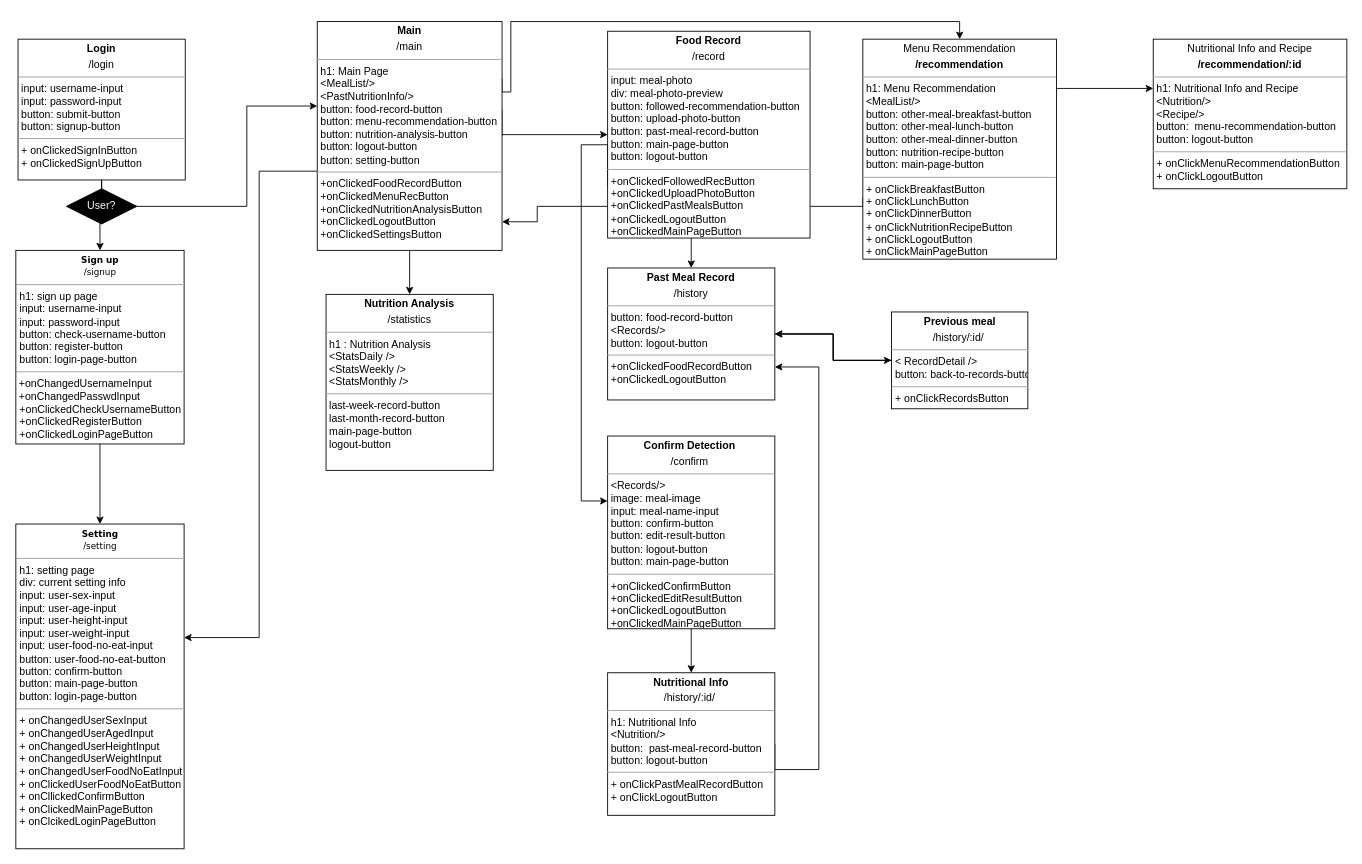
swsnu/swpp2021-team5 keeps this draw.io diagram as Untitled Diagram.drawio. Above is the earlier version. Source tidied: cells renumbered, new cells numbered last; positions are measured from the earlier drawing's top-left corner, leaving out a move shared by most shapes. Both pictures are drawn from the tidied source at 88%, with x=0, y=0 at pixel (16, 21).
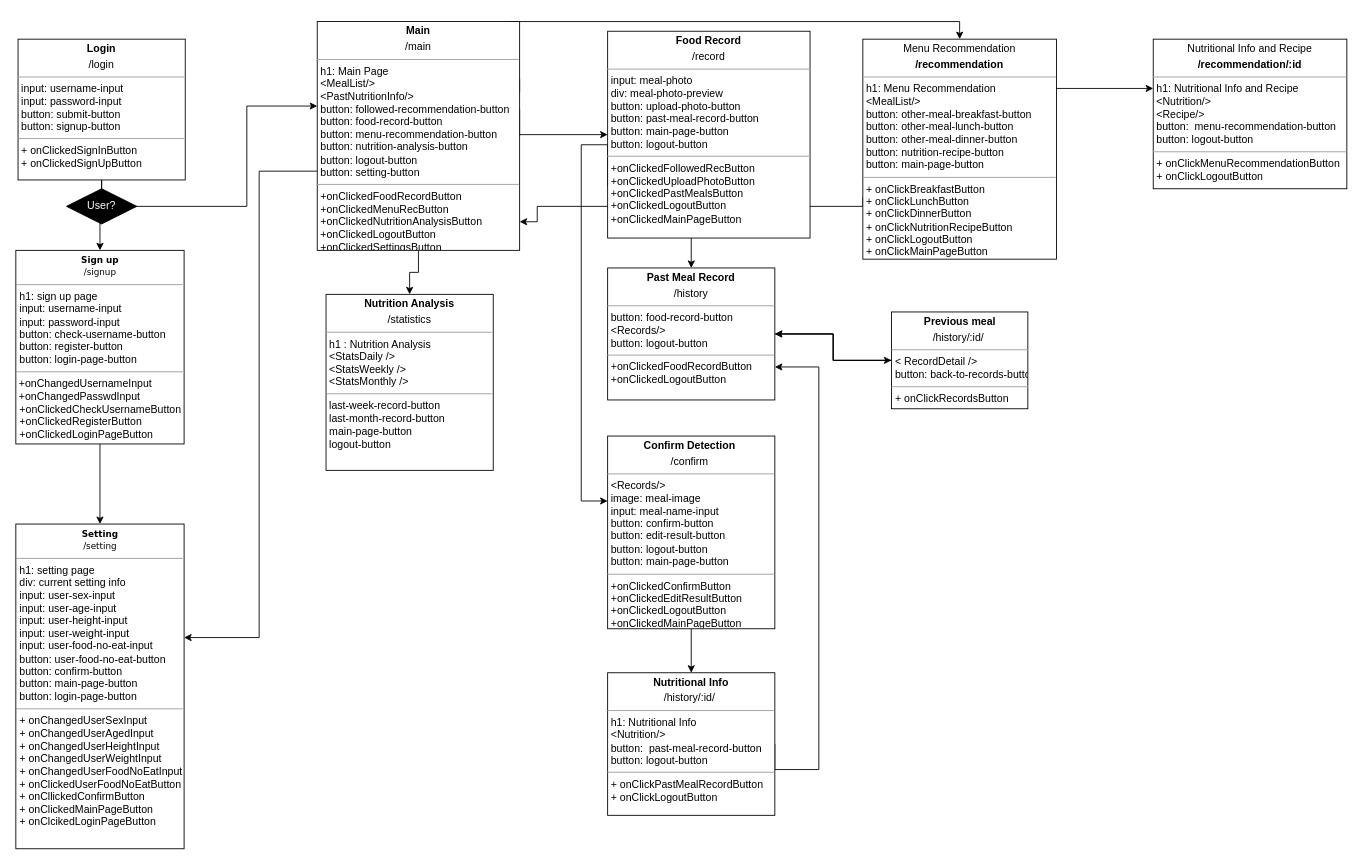
The same page after the edit.

What changed in the source:
```diff
@@
-    <mxCell id="9" value="&lt;p style=&quot;margin: 0px ; margin-top: 4px ; text-align: center&quot;&gt;&lt;b&gt;Main&lt;/b&gt;&lt;/p&gt;&lt;p style=&quot;margin: 0px ; margin-top: 4px ; text-align: center&quot;&gt;/main&lt;/p&gt;&lt;hr size=&quot;1&quot;&gt;&lt;p style=&quot;margin: 0px ; margin-left: 4px&quot;&gt;h1: Main Page&lt;/p&gt;&lt;p style=&quot;margin: 0px ; margin-left: 4px&quot;&gt;&amp;lt;MealList/&amp;gt;&lt;/p&gt;&lt;p style=&quot;margin: 0px ; margin-left: 4px&quot;&gt;&amp;lt;PastNutritionInfo/&amp;gt;&lt;/p&gt;&lt;p style=&quot;margin: 0px ; margin-left: 4px&quot;&gt;&lt;span&gt;button: food-record-button&lt;/span&gt;&lt;br&gt;&lt;/p&gt;&lt;p style=&quot;margin: 0px 0px 0px 4px&quot;&gt;button: menu-recommendation-button&lt;/p&gt;&lt;p style=&quot;margin: 0px 0px 0px 4px&quot;&gt;button: nutrition-analysis-button&lt;/p&gt;&lt;p style=&quot;margin: 0px 0px 0px 4px&quot;&gt;button: logout-button&lt;/p&gt;&lt;p style=&quot;margin: 0px 0px 0px 4px&quot;&gt;button: setting-button&lt;/p&gt;&lt;hr size=&quot;1&quot;&gt;&lt;p style=&quot;margin: 0px ; margin-left: 4px&quot;&gt;+onClickedFoodRecordButton&lt;/p&gt;&lt;p style=&quot;margin: 0px ; margin-left: 4px&quot;&gt;+onClickedMenuRecButton&lt;/p&gt;&lt;p style=&quot;margin: 0px ; margin-left: 4px&quot;&gt;+onClickedNutritionAnalysisButton&lt;/p&gt;&lt;p style=&quot;margin: 0px ; margin-left: 4px&quot;&gt;+onClickedLogoutButton&lt;/p&gt;&lt;p style=&quot;margin: 0px ; margin-left: 4px&quot;&gt;+onClickedSettingsButton&lt;/p&gt;" style="verticalAlign=top;align=left;overflow=fill;fontSize=12;fontFamily=Helvetica;html=1;rounded=0;shadow=0;comic=0;labelBackgroundColor=none;strokeWidth=1;" parent="1" vertex="1">
-      <mxGeometry x="342" width="210" height="260" as="geometry" />
+    <mxCell id="9" value="&lt;p style=&quot;margin: 0px ; margin-top: 4px ; text-align: center&quot;&gt;&lt;b&gt;Main&lt;/b&gt;&lt;/p&gt;&lt;p style=&quot;margin: 0px ; margin-top: 4px ; text-align: center&quot;&gt;/main&lt;/p&gt;&lt;hr size=&quot;1&quot;&gt;&lt;p style=&quot;margin: 0px ; margin-left: 4px&quot;&gt;h1: Main Page&lt;/p&gt;&lt;p style=&quot;margin: 0px ; margin-left: 4px&quot;&gt;&amp;lt;MealList/&amp;gt;&lt;/p&gt;&lt;p style=&quot;margin: 0px ; margin-left: 4px&quot;&gt;&amp;lt;PastNutritionInfo/&amp;gt;&lt;/p&gt;&lt;p style=&quot;margin: 0px 0px 0px 4px&quot;&gt;button: followed-recommendation-button&lt;/p&gt;&lt;p style=&quot;margin: 0px ; margin-left: 4px&quot;&gt;&lt;span&gt;button: food-record-button&lt;/span&gt;&lt;br&gt;&lt;/p&gt;&lt;p style=&quot;margin: 0px 0px 0px 4px&quot;&gt;button: menu-recommendation-button&lt;/p&gt;&lt;p style=&quot;margin: 0px 0px 0px 4px&quot;&gt;button: nutrition-analysis-button&lt;/p&gt;&lt;p style=&quot;margin: 0px 0px 0px 4px&quot;&gt;button: logout-button&lt;/p&gt;&lt;p style=&quot;margin: 0px 0px 0px 4px&quot;&gt;button: setting-button&lt;/p&gt;&lt;hr size=&quot;1&quot;&gt;&lt;p style=&quot;margin: 0px ; margin-left: 4px&quot;&gt;+onClickedFoodRecordButton&lt;/p&gt;&lt;p style=&quot;margin: 0px ; margin-left: 4px&quot;&gt;+onClickedMenuRecButton&lt;/p&gt;&lt;p style=&quot;margin: 0px ; margin-left: 4px&quot;&gt;+onClickedNutritionAnalysisButton&lt;/p&gt;&lt;p style=&quot;margin: 0px ; margin-left: 4px&quot;&gt;+onClickedLogoutButton&lt;/p&gt;&lt;p style=&quot;margin: 0px ; margin-left: 4px&quot;&gt;+onClickedSettingsButton&lt;/p&gt;" style="verticalAlign=top;align=left;overflow=fill;fontSize=12;fontFamily=Helvetica;html=1;rounded=0;shadow=0;comic=0;labelBackgroundColor=none;strokeWidth=1;" parent="1" vertex="1">
+      <mxGeometry x="342" width="230" height="260" as="geometry" />
     </mxCell>
@@
-    <mxCell id="15" value="&lt;p style=&quot;margin: 0px ; margin-top: 4px ; text-align: center&quot;&gt;&lt;b&gt;Food Record&lt;/b&gt;&lt;/p&gt;&lt;p style=&quot;margin: 0px ; margin-top: 4px ; text-align: center&quot;&gt;/record&lt;/p&gt;&lt;hr size=&quot;1&quot;&gt;&lt;p style=&quot;margin: 0px ; margin-left: 4px&quot;&gt;&lt;span&gt;input: meal-photo&lt;/span&gt;&lt;/p&gt;&lt;p style=&quot;margin: 0px ; margin-left: 4px&quot;&gt;&lt;span&gt;div: meal-photo-preview&lt;/span&gt;&lt;/p&gt;&lt;p style=&quot;margin: 0px ; margin-left: 4px&quot;&gt;&lt;span&gt;button: followed-recommendation-button&lt;/span&gt;&lt;/p&gt;&lt;p style=&quot;margin: 0px ; margin-left: 4px&quot;&gt;&lt;span&gt;button: upload-photo-button&lt;/span&gt;&lt;br&gt;&lt;/p&gt;&lt;p style=&quot;margin: 0px 0px 0px 4px&quot;&gt;button: past-meal-record-button&lt;/p&gt;&lt;p style=&quot;margin: 0px 0px 0px 4px&quot;&gt;button: main-page-button&lt;/p&gt;&lt;p style=&quot;margin: 0px 0px 0px 4px&quot;&gt;button: logout-button&lt;/p&gt;&lt;hr size=&quot;1&quot;&gt;&lt;p style=&quot;margin: 0px ; margin-left: 4px&quot;&gt;+onClickedFollowedRecButton&lt;/p&gt;&lt;p style=&quot;margin: 0px ; margin-left: 4px&quot;&gt;+onClickedUploadPhotoButton&lt;/p&gt;&lt;p style=&quot;margin: 0px ; margin-left: 4px&quot;&gt;+onClickedPastMealsButton&lt;/p&gt;&lt;p style=&quot;margin: 0px ; margin-left: 4px&quot;&gt;+onClickedLogoutButton&lt;/p&gt;&lt;p style=&quot;margin: 0px ; margin-left: 4px&quot;&gt;+onClickedMainPageButton&lt;/p&gt;" style="verticalAlign=top;align=left;overflow=fill;fontSize=12;fontFamily=Helvetica;html=1;rounded=0;shadow=0;comic=0;labelBackgroundColor=none;strokeWidth=1;" parent="1" vertex="1">
+    <mxCell id="15" value="&lt;p style=&quot;margin: 0px ; margin-top: 4px ; text-align: center&quot;&gt;&lt;b&gt;Food Record&lt;/b&gt;&lt;/p&gt;&lt;p style=&quot;margin: 0px ; margin-top: 4px ; text-align: center&quot;&gt;/record&lt;/p&gt;&lt;hr size=&quot;1&quot;&gt;&lt;p style=&quot;margin: 0px ; margin-left: 4px&quot;&gt;&lt;span&gt;input: meal-photo&lt;/span&gt;&lt;/p&gt;&lt;p style=&quot;margin: 0px ; margin-left: 4px&quot;&gt;&lt;span&gt;div: meal-photo-preview&lt;/span&gt;&lt;/p&gt;&lt;p style=&quot;margin: 0px ; margin-left: 4px&quot;&gt;&lt;span&gt;button: upload-photo-button&lt;/span&gt;&lt;br&gt;&lt;/p&gt;&lt;p style=&quot;margin: 0px 0px 0px 4px&quot;&gt;button: past-meal-record-button&lt;/p&gt;&lt;p style=&quot;margin: 0px 0px 0px 4px&quot;&gt;button: main-page-button&lt;/p&gt;&lt;p style=&quot;margin: 0px 0px 0px 4px&quot;&gt;button: logout-button&lt;/p&gt;&lt;hr size=&quot;1&quot;&gt;&lt;p style=&quot;margin: 0px ; margin-left: 4px&quot;&gt;+onClickedFollowedRecButton&lt;/p&gt;&lt;p style=&quot;margin: 0px ; margin-left: 4px&quot;&gt;+onClickedUploadPhotoButton&lt;/p&gt;&lt;p style=&quot;margin: 0px ; margin-left: 4px&quot;&gt;+onClickedPastMealsButton&lt;/p&gt;&lt;p style=&quot;margin: 0px ; margin-left: 4px&quot;&gt;+onClickedLogoutButton&lt;/p&gt;&lt;p style=&quot;margin: 0px ; margin-left: 4px&quot;&gt;+onClickedMainPageButton&lt;/p&gt;" style="verticalAlign=top;align=left;overflow=fill;fontSize=12;fontFamily=Helvetica;html=1;rounded=0;shadow=0;comic=0;labelBackgroundColor=none;strokeWidth=1;" parent="1" vertex="1">
       <mxGeometry x="672" y="11" width="230" height="235" as="geometry" />
     </mxCell>
```
